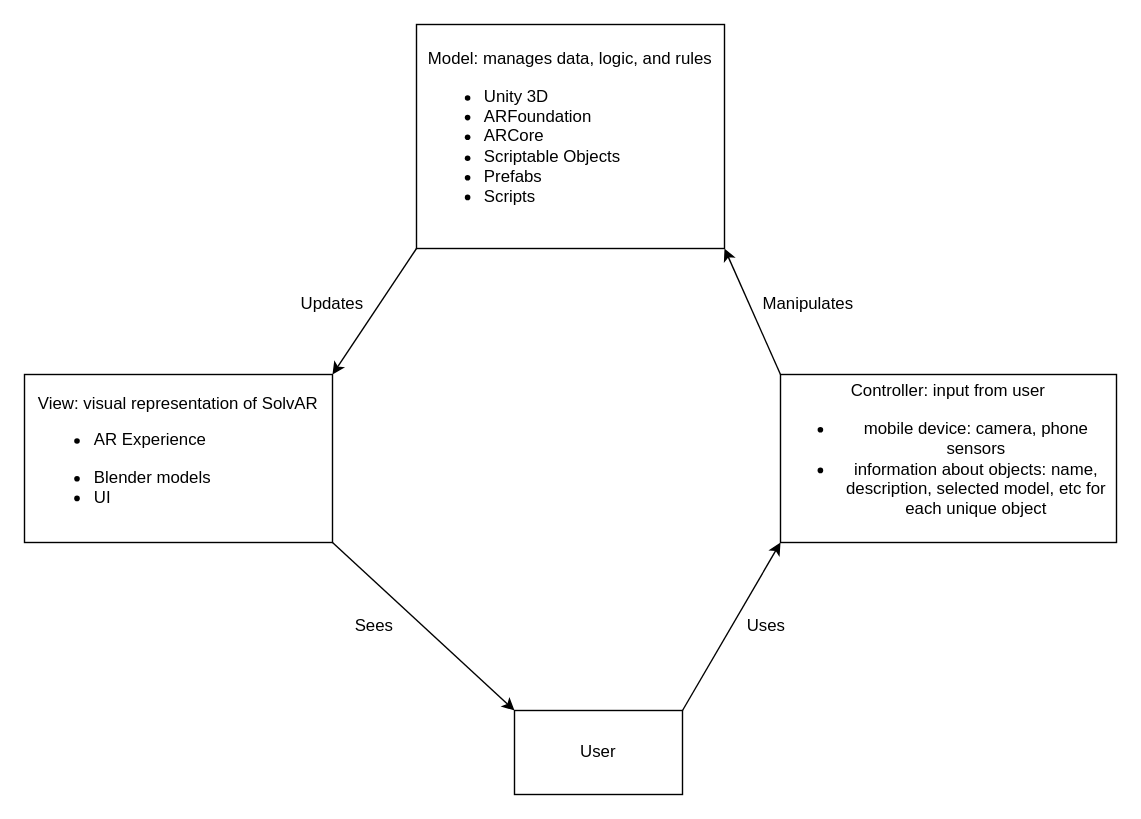
The draw.io diagram diagrams/SolvARarch.drawio in RustyRaptor/SolvAR-Documentation, before the edit. Source tidied: cells renumbered, new cells numbered last; positions are measured from the earlier drawing's top-left corner, leaving out a move shared by most shapes. Both pictures are drawn from the tidied source at 140%, with x=0, y=0 at pixel (24, 24).
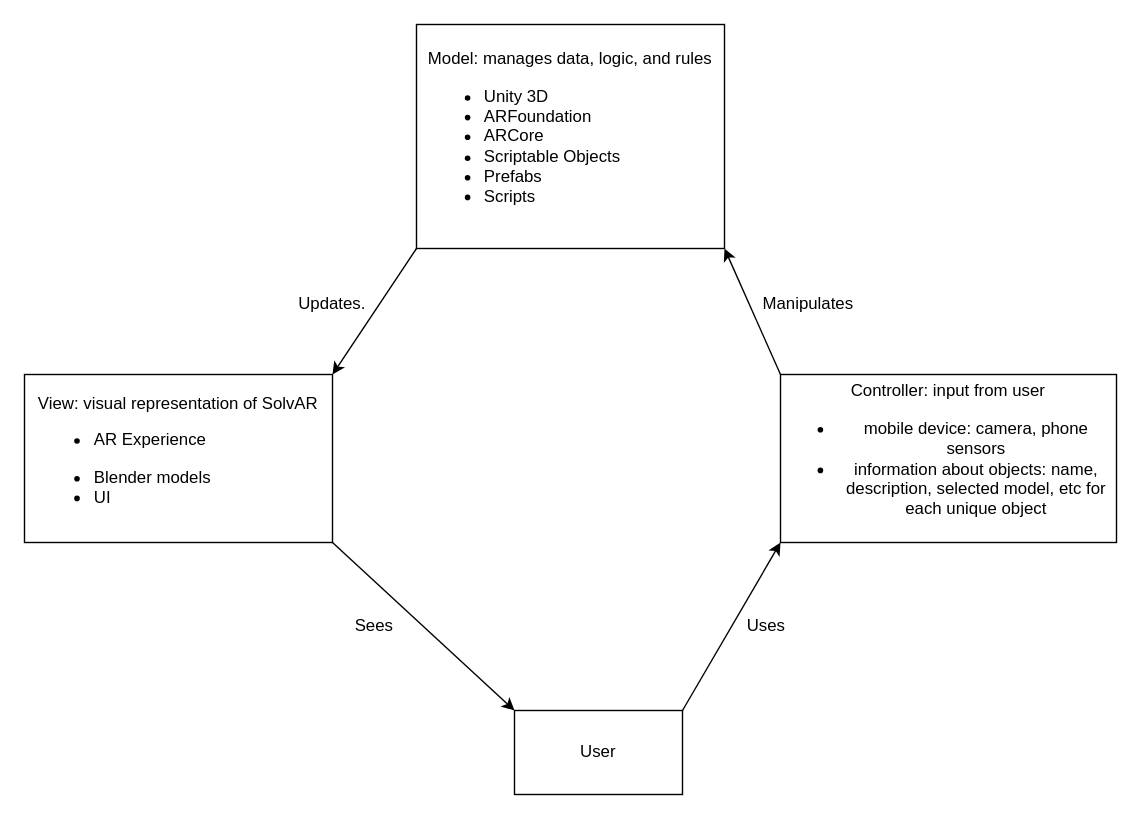
The same page after the edit.

Change to the diagram source:
```diff
@@
 <mxGraphModel>
   <root>
     <mxCell id="0" />
     <mxCell id="1" parent="0" />
     <mxCell id="2" value="&lt;div&gt;Model: manages data, logic, and rules&lt;br&gt;&lt;/div&gt;&lt;div align=&quot;left&quot;&gt;&lt;ul&gt;&lt;li&gt;Unity 3D&lt;br&gt;&lt;/li&gt;&lt;li&gt;ARFoundation&lt;/li&gt;&lt;li&gt;ARCore&lt;/li&gt;&lt;li&gt;Scriptable Objects&lt;/li&gt;&lt;li&gt;Prefabs&lt;/li&gt;&lt;li&gt;Scripts&lt;/li&gt;&lt;/ul&gt;&lt;/div&gt;" style="rounded=0;whiteSpace=wrap;html=1;" parent="1" vertex="1">
       <mxGeometry x="280" width="220" height="160" as="geometry" />
     </mxCell>
     <mxCell id="3" value="&lt;div&gt;View: visual representation of SolvAR&lt;br&gt;&lt;/div&gt;&lt;div align=&quot;left&quot;&gt;&lt;ul&gt;&lt;li&gt;AR Experience&lt;/li&gt;&lt;/ul&gt;&lt;/div&gt;&lt;div align=&quot;left&quot;&gt;&lt;ul&gt;&lt;li&gt;Blender models&lt;/li&gt;&lt;li&gt;UI&lt;br&gt;&lt;/li&gt;&lt;/ul&gt;&lt;/div&gt;" style="rounded=0;whiteSpace=wrap;html=1;" parent="1" vertex="1">
       <mxGeometry y="250" width="220" height="120" as="geometry" />
     </mxCell>
     <mxCell id="4" value="User" style="rounded=0;whiteSpace=wrap;html=1;" parent="1" vertex="1">
       <mxGeometry x="350" y="490" width="120" height="60" as="geometry" />
     </mxCell>
     <mxCell id="5" value="&lt;div&gt;Controller: input from user&lt;br&gt;&lt;/div&gt;&lt;div&gt;&lt;ul&gt;&lt;li&gt;mobile device: camera, phone sensors&lt;/li&gt;&lt;li&gt;information about objects: name, description, selected model, etc for each unique object&lt;br&gt;&lt;/li&gt;&lt;/ul&gt;&lt;/div&gt;" style="rounded=0;whiteSpace=wrap;html=1;" parent="1" vertex="1">
       <mxGeometry x="540" y="250" width="240" height="120" as="geometry" />
     </mxCell>
     <mxCell id="6" style="endArrow=classic;html=1;entryX=1;entryY=0;entryDx=0;entryDy=0;exitX=0;exitY=1;exitDx=0;exitDy=0;" parent="1" edge="1" source="2" target="3">
       <mxGeometry relative="1" as="geometry" />
     </mxCell>
     <mxCell id="7" style="endArrow=classic;html=1;exitX=0;exitY=0;exitDx=0;exitDy=0;entryX=1;entryY=1;entryDx=0;entryDy=0;" parent="1" edge="1" source="5" target="2">
       <mxGeometry relative="1" as="geometry" />
     </mxCell>
     <mxCell id="8" style="endArrow=classic;html=1;exitX=1;exitY=1;exitDx=0;exitDy=0;entryX=0;entryY=0;entryDx=0;entryDy=0;" parent="1" edge="1" source="3" target="4">
       <mxGeometry relative="1" as="geometry" />
     </mxCell>
     <mxCell id="9" style="endArrow=classic;html=1;exitX=1;exitY=0;exitDx=0;exitDy=0;entryX=0;entryY=1;entryDx=0;entryDy=0;" parent="1" edge="1" source="4" target="5">
       <mxGeometry relative="1" as="geometry" />
     </mxCell>
-    <mxCell id="10" value="Updates" style="text;html=1;strokeColor=none;fillColor=none;align=center;verticalAlign=middle;whiteSpace=wrap;rounded=0;" parent="1" vertex="1">
+    <mxCell id="10" value="Updates." style="text;html=1;strokeColor=none;fillColor=none;align=center;verticalAlign=middle;whiteSpace=wrap;rounded=0;" parent="1" vertex="1">
       <mxGeometry x="200" y="190" width="40" height="20" as="geometry" />
     </mxCell>
     <mxCell id="11" value="Sees" style="text;html=1;strokeColor=none;fillColor=none;align=center;verticalAlign=middle;whiteSpace=wrap;rounded=0;" parent="1" vertex="1">
       <mxGeometry x="230" y="420" width="40" height="20" as="geometry" />
     </mxCell>
     <mxCell id="12" value="Uses" style="text;html=1;strokeColor=none;fillColor=none;align=center;verticalAlign=middle;whiteSpace=wrap;rounded=0;" parent="1" vertex="1">
       <mxGeometry x="510" y="420" width="40" height="20" as="geometry" />
     </mxCell>
     <mxCell id="13" value="Manipulates" style="text;html=1;strokeColor=none;fillColor=none;align=center;verticalAlign=middle;whiteSpace=wrap;rounded=0;" parent="1" vertex="1">
       <mxGeometry x="540" y="190" width="40" height="20" as="geometry" />
     </mxCell>
   </root>
 </mxGraphModel>
```
